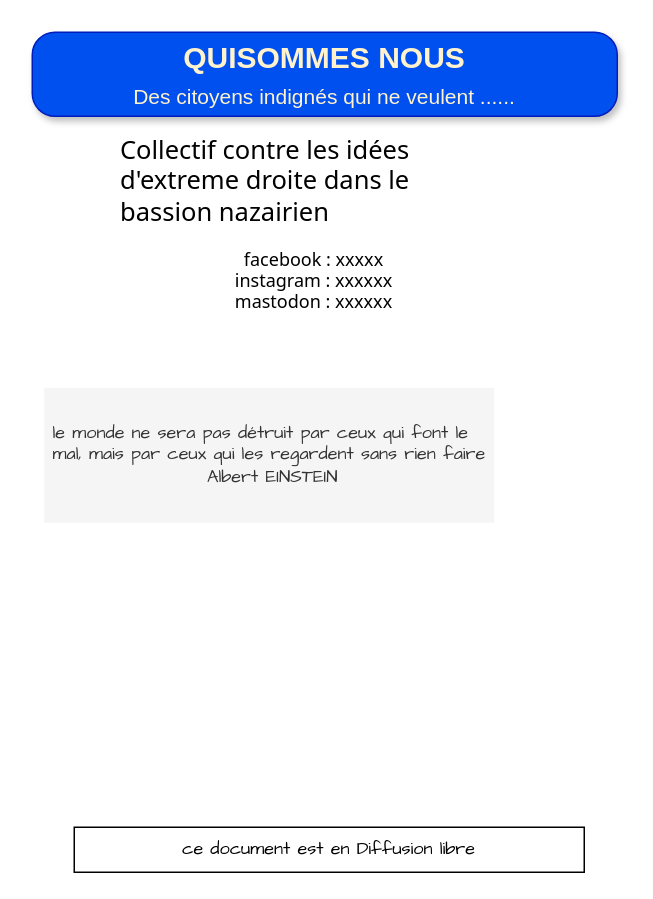
The draw.io diagram drawio/A_QuiSommesNous.drawio in bernard44600/cedbn, before the edit. Source tidied: cells renumbered, new cells numbered last; positions are measured from the earlier drawing's top-left corner, leaving out a move shared by most shapes. Both pictures are drawn from the tidied source at 150%, with x=0, y=0 at pixel (32, 32).
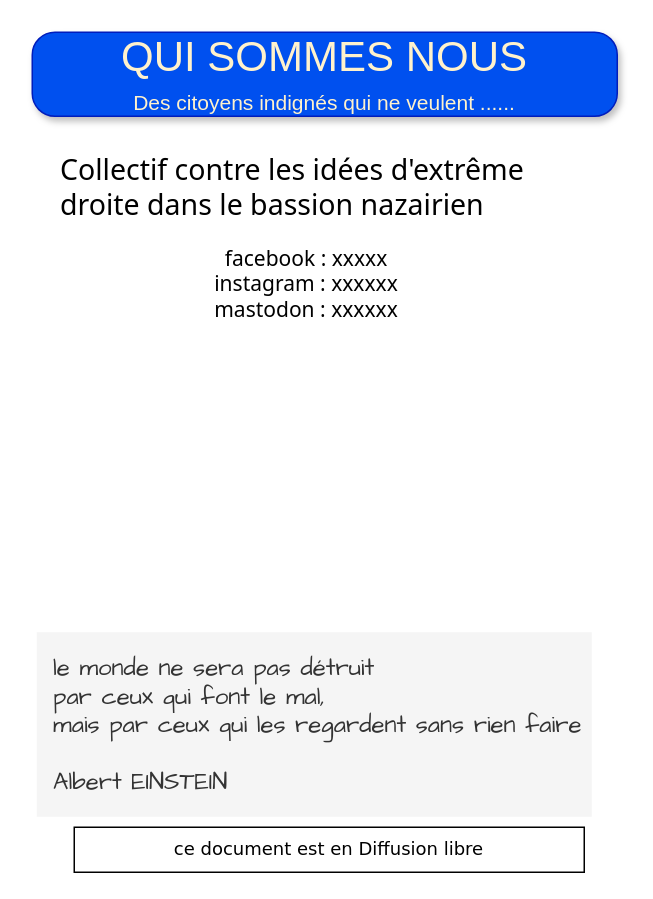
The same page after the edit.

What changed in the source:
```diff
@@
 <mxGraphModel>
   <root>
     <mxCell id="0" />
     <mxCell id="1" parent="0" />
-    <mxCell id="2" value="&lt;div style=&quot;text-align: left;&quot;&gt;&lt;span style=&quot;background-color: transparent; color: light-dark(#000000, var(--ge-light-color, #ffffff));&quot;&gt;&lt;font style=&quot;font-size: 17px;&quot;&gt;Collectif contre les idées d'extreme droite dans le bassion nazairien&lt;/font&gt;&lt;/span&gt;&lt;/div&gt;&lt;br&gt;facebook : xxxxx&lt;br&gt;instagram : xxxxxx&lt;br&gt;mastodon : xxxxxx&lt;div&gt;&lt;br&gt;&lt;/div&gt;" style="rounded=0;whiteSpace=wrap;html=1;fontFamily=Tahoma;strokeColor=none;" parent="1" vertex="1">
-      <mxGeometry x="58" y="70" width="260" height="130" as="geometry" />
+    <mxCell id="2" value="&lt;div style=&quot;text-align: left;&quot;&gt;&lt;span style=&quot;background-color: transparent; color: light-dark(#000000, var(--ge-light-color, #ffffff));&quot;&gt;&lt;font style=&quot;font-size: 19px;&quot;&gt;Collectif contre les idées d'extrême droite dans le bassion nazairien&lt;/font&gt;&lt;/span&gt;&lt;/div&gt;&lt;br&gt;facebook : xxxxx&lt;br&gt;instagram : xxxxxx&lt;br&gt;mastodon : xxxxxx&lt;div&gt;&lt;br&gt;&lt;/div&gt;" style="rounded=0;whiteSpace=wrap;html=1;fontFamily=Tahoma;strokeColor=none;fontSize=14;" parent="1" vertex="1">
+      <mxGeometry x="18" y="70" width="330" height="150" as="geometry" />
     </mxCell>
-    <mxCell id="3" value="&lt;div&gt;ce document est en Diffusion libre&lt;/div&gt;" style="rounded=0;whiteSpace=wrap;html=1;fontFamily=Architects Daughter;align=center;fillColor=none;" parent="1" vertex="1">
+    <mxCell id="3" value="&lt;div&gt;ce document est en Diffusion libre&lt;/div&gt;" style="rounded=0;whiteSpace=wrap;html=1;fontFamily=Verdana;align=center;fillColor=none;" parent="1" vertex="1">
       <mxGeometry x="28" y="530" width="340" height="30" as="geometry" />
     </mxCell>
-    <mxCell id="4" value="&lt;div align=&quot;left&quot;&gt;le monde ne sera pas détruit par ceux qui font le mal, mais par ceux qui les regardent sans rien faire&lt;br&gt;&lt;/div&gt;Albert EINSTEIN" style="rounded=0;whiteSpace=wrap;html=1;fontFamily=Architects Daughter;spacingLeft=5;strokeColor=none;fillColor=#f5f5f5;fontColor=#333333;" parent="1" vertex="1">
-      <mxGeometry x="8" y="237" width="300" height="90" as="geometry" />
+    <mxCell id="4" value="&lt;div align=&quot;left&quot;&gt;le monde ne sera pas détruit &lt;br&gt;par ceux qui font le mal, &lt;br&gt;mais par ceux qui les regardent sans rien faire&lt;br&gt;&lt;span style=&quot;background-color: transparent; color: light-dark(rgb(51, 51, 51), rgb(193, 193, 193)); text-align: center;&quot;&gt;&lt;br&gt;Albert EINSTEIN&lt;/span&gt;&lt;/div&gt;" style="rounded=0;whiteSpace=wrap;html=1;fontFamily=Architects Daughter;spacingLeft=5;strokeColor=none;fillColor=#f5f5f5;fontColor=#333333;fontSize=16;" parent="1" vertex="1">
+      <mxGeometry x="3" y="400" width="370" height="123" as="geometry" />
     </mxCell>
-    <mxCell id="5" value="&lt;font face=&quot;Helvetica&quot;&gt;&lt;b&gt;QUISOMMES NOUS&lt;/b&gt;&lt;br&gt;&lt;font style=&quot;font-size: 14px;&quot;&gt;Des citoyens indignés qui ne veulent ......&lt;/font&gt;&lt;/font&gt;" style="rounded=1;whiteSpace=wrap;html=1;fontSize=20;fillColor=#0050ef;strokeColor=#001DBC;fontColor=#FFF2CC;gradientColor=none;gradientDirection=north;roundedPerimeter=1;shadow=1;glass=0;multiple=0;fontFamily=Tahoma;labelBackgroundColor=none;arcSize=27;" parent="1" vertex="1">
+    <mxCell id="5" value="&lt;font face=&quot;permanent marker&quot; style=&quot;font-size: 28px;&quot;&gt;QUI SOMMES&lt;font style=&quot;&quot;&gt; NOUS&lt;/font&gt;&lt;/font&gt;&lt;br&gt;&lt;font style=&quot;font-family: Helvetica; font-size: 14px;&quot;&gt;Des citoyens indignés qui ne veulent ......&lt;/font&gt;" style="rounded=1;whiteSpace=wrap;html=1;fontSize=20;fillColor=#0050ef;strokeColor=#001DBC;fontColor=#FFF2CC;gradientColor=none;gradientDirection=north;roundedPerimeter=1;shadow=1;glass=0;multiple=0;fontFamily=Tahoma;labelBackgroundColor=none;arcSize=27;" parent="1" vertex="1">
       <mxGeometry width="390" height="56" as="geometry" />
     </mxCell>
   </root>
 </mxGraphModel>
```
